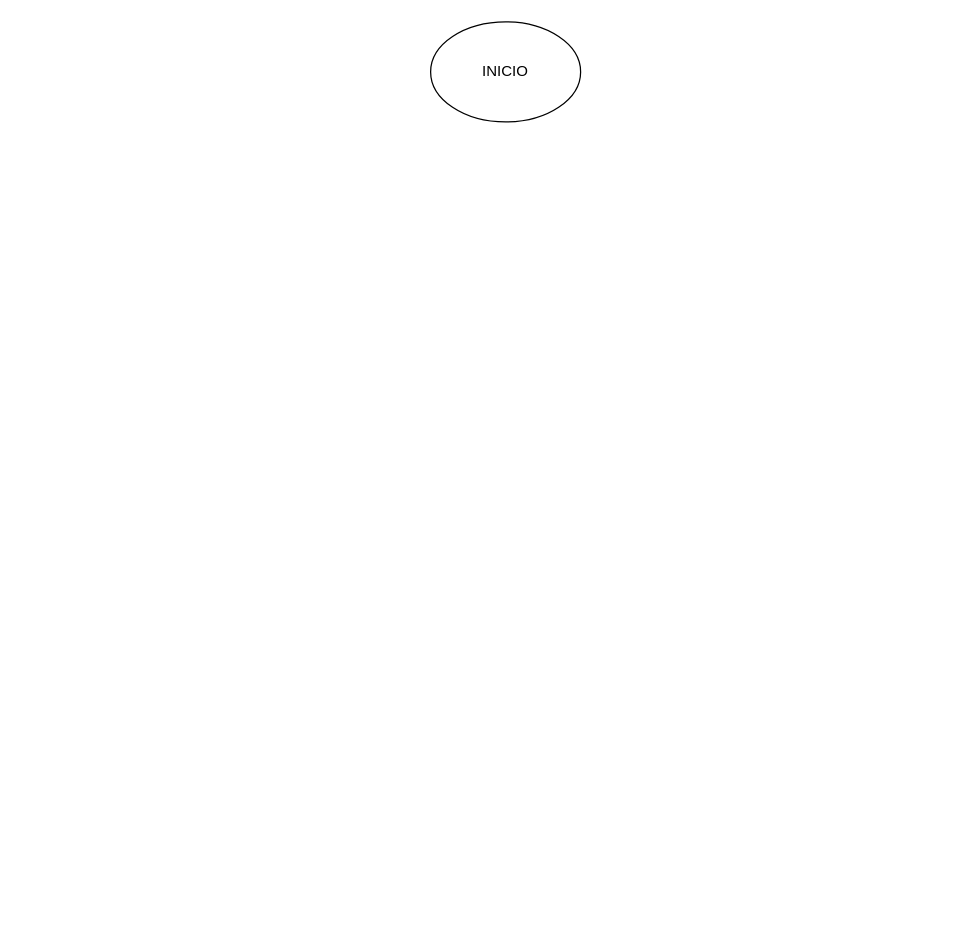
The draw.io diagram diagrama.drawio in jaimeeramiirez/Adivina_un_numero_jaime_ramirez, before the edit. Source tidied: cells renumbered, new cells numbered last; positions are measured from the earlier drawing's top-left corner, leaving out a move shared by most shapes. Both pictures are drawn from the tidied source at 125%, with x=0, y=0 at pixel (430, 21).
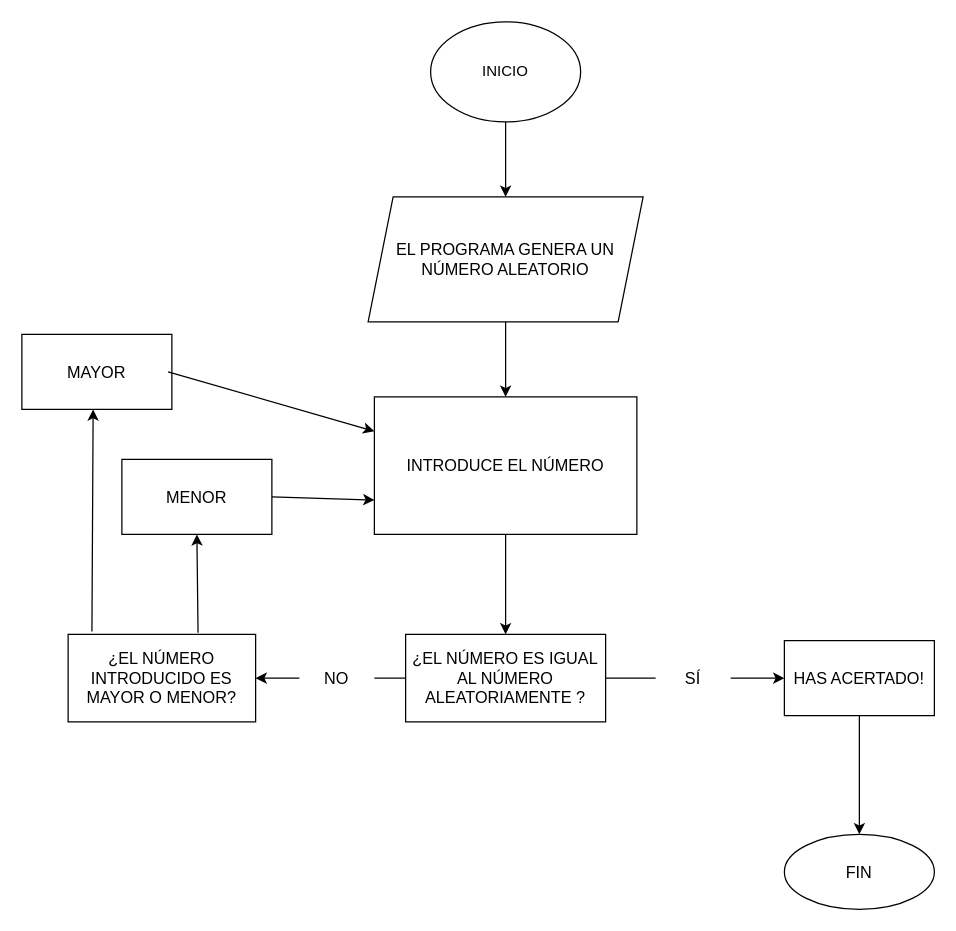
Above is the later version.

Commit message:
DIAGRAMA DE FLUJO TERMINADO

Diff of the diagram source:
```diff
@@
+    <mxCell id="3" value="&lt;font style=&quot;font-size: 13px&quot;&gt;EL PROGRAMA GENERA UN NÚMERO ALEATORIO&lt;/font&gt;" style="shape=parallelogram;perimeter=parallelogramPerimeter;whiteSpace=wrap;html=1;fixedSize=1;" parent="1" vertex="1">
+      <mxGeometry x="-50" y="140" width="220" height="100" as="geometry" />
+    </mxCell>
+    <mxCell id="4" style="endArrow=classic;html=1;fontSize=12;entryX=0.5;entryY=0;entryDx=0;entryDy=0;exitX=0.5;exitY=1;exitDx=0;exitDy=0;" parent="1" edge="1" target="3">
+      <mxGeometry relative="1" as="geometry">
+        <mxPoint x="60" y="80" as="sourcePoint" />
+      </mxGeometry>
+    </mxCell>
+    <mxCell id="5" value="&lt;font style=&quot;font-size: 13px&quot;&gt;INTRODUCE EL NÚMERO&lt;/font&gt;" style="rounded=0;whiteSpace=wrap;html=1;fontSize=12;" parent="1" vertex="1">
+      <mxGeometry x="-45" y="300" width="210" height="110" as="geometry" />
+    </mxCell>
+    <mxCell id="6" style="endArrow=classic;html=1;fontSize=13;exitX=0.5;exitY=1;exitDx=0;exitDy=0;entryX=0.5;entryY=0;entryDx=0;entryDy=0;" parent="1" edge="1" source="3" target="5">
+      <mxGeometry relative="1" as="geometry" />
+    </mxCell>
+    <mxCell id="7" style="endArrow=classic;html=1;fontSize=13;exitX=0.5;exitY=1;exitDx=0;exitDy=0;" parent="1" edge="1" source="5" target="10">
+      <mxGeometry relative="1" as="geometry" />
+    </mxCell>
+    <mxCell id="8" style="edgeStyle=none;html=1;fontSize=13;startArrow=none;entryX=0;entryY=0.5;entryDx=0;entryDy=0;" parent="1" edge="1" source="13" target="12">
+      <mxGeometry relative="1" as="geometry" />
+    </mxCell>
+    <mxCell id="9" style="edgeStyle=none;html=1;fontSize=13;startArrow=none;" parent="1" edge="1" source="18" target="17">
+      <mxGeometry relative="1" as="geometry" />
+    </mxCell>
+    <mxCell id="10" value="¿EL NÚMERO ES IGUAL AL NÚMERO ALEATORIAMENTE ?" style="rounded=0;whiteSpace=wrap;html=1;fontSize=13;" parent="1" vertex="1">
+      <mxGeometry x="-20" y="490" width="160" height="70" as="geometry" />
+    </mxCell>
+    <mxCell id="11" style="edgeStyle=none;html=1;fontSize=13;exitX=0.5;exitY=1;exitDx=0;exitDy=0;entryX=0.5;entryY=0;entryDx=0;entryDy=0;" parent="1" edge="1" source="12" target="15">
+      <mxGeometry relative="1" as="geometry" />
+    </mxCell>
+    <mxCell id="12" value="HAS ACERTADO!" style="whiteSpace=wrap;html=1;fontSize=13;rounded=0;" parent="1" vertex="1">
+      <mxGeometry x="283" y="495" width="120" height="60" as="geometry" />
+    </mxCell>
+    <mxCell id="13" value="SÍ" style="text;html=1;strokeColor=none;fillColor=none;align=center;verticalAlign=middle;whiteSpace=wrap;rounded=0;fontSize=13;" parent="1" vertex="1">
+      <mxGeometry x="180" y="510" width="60" height="30" as="geometry" />
+    </mxCell>
+    <mxCell id="14" style="edgeStyle=none;html=1;fontSize=13;endArrow=none;" parent="1" edge="1" source="10" target="13">
+      <mxGeometry relative="1" as="geometry" />
+    </mxCell>
+    <mxCell id="15" value="FIN" style="ellipse;whiteSpace=wrap;html=1;fontSize=13;rounded=0;" parent="1" vertex="1">
+      <mxGeometry x="283" y="650" width="120" height="60" as="geometry" />
+    </mxCell>
+    <mxCell id="16" style="edgeStyle=none;html=1;fontSize=13;exitX=0.127;exitY=-0.032;exitDx=0;exitDy=0;entryX=0.5;entryY=1;entryDx=0;entryDy=0;exitPerimeter=0;" parent="1" edge="1" source="17">
+      <mxGeometry relative="1" as="geometry">
+        <mxPoint x="-270" y="310" as="targetPoint" />
+      </mxGeometry>
+    </mxCell>
+    <mxCell id="17" value="¿EL NÚMERO INTRODUCIDO ES MAYOR O MENOR?" style="whiteSpace=wrap;html=1;fontSize=13;rounded=0;" parent="1" vertex="1">
+      <mxGeometry x="-290" y="490" width="150" height="70" as="geometry" />
+    </mxCell>
+    <mxCell id="18" value="NO" style="text;html=1;strokeColor=none;fillColor=none;align=center;verticalAlign=middle;whiteSpace=wrap;rounded=0;fontSize=13;" parent="1" vertex="1">
+      <mxGeometry x="-105" y="510" width="60" height="30" as="geometry" />
+    </mxCell>
+    <mxCell id="19" style="edgeStyle=none;html=1;fontSize=13;endArrow=none;" parent="1" edge="1" source="10" target="18">
+      <mxGeometry relative="1" as="geometry" />
+    </mxCell>
+    <mxCell id="20" value="MAYOR" style="rounded=0;whiteSpace=wrap;html=1;fontSize=13;" parent="1" vertex="1">
+      <mxGeometry x="-327" y="250" width="120" height="60" as="geometry" />
+    </mxCell>
+    <mxCell id="21" value="MENOR" style="rounded=0;whiteSpace=wrap;html=1;fontSize=13;" parent="1" vertex="1">
+      <mxGeometry x="-247" y="350" width="120" height="60" as="geometry" />
+    </mxCell>
+    <mxCell id="22" style="endArrow=classic;html=1;fontSize=13;exitX=0.693;exitY=-0.018;exitDx=0;exitDy=0;exitPerimeter=0;entryX=0.5;entryY=1;entryDx=0;entryDy=0;" parent="1" edge="1" source="17" target="21">
+      <mxGeometry relative="1" as="geometry" />
+    </mxCell>
+    <mxCell id="23" style="endArrow=classic;html=1;fontSize=13;exitX=1;exitY=0.5;exitDx=0;exitDy=0;entryX=0;entryY=0.25;entryDx=0;entryDy=0;" parent="1" edge="1" target="5">
+      <mxGeometry relative="1" as="geometry">
+        <mxPoint x="-210" y="280" as="sourcePoint" />
+      </mxGeometry>
+    </mxCell>
+    <mxCell id="24" style="endArrow=classic;html=1;fontSize=13;exitX=1;exitY=0.5;exitDx=0;exitDy=0;entryX=0;entryY=0.75;entryDx=0;entryDy=0;" parent="1" edge="1" source="21" target="5">
+      <mxGeometry relative="1" as="geometry" />
+    </mxCell>
```
